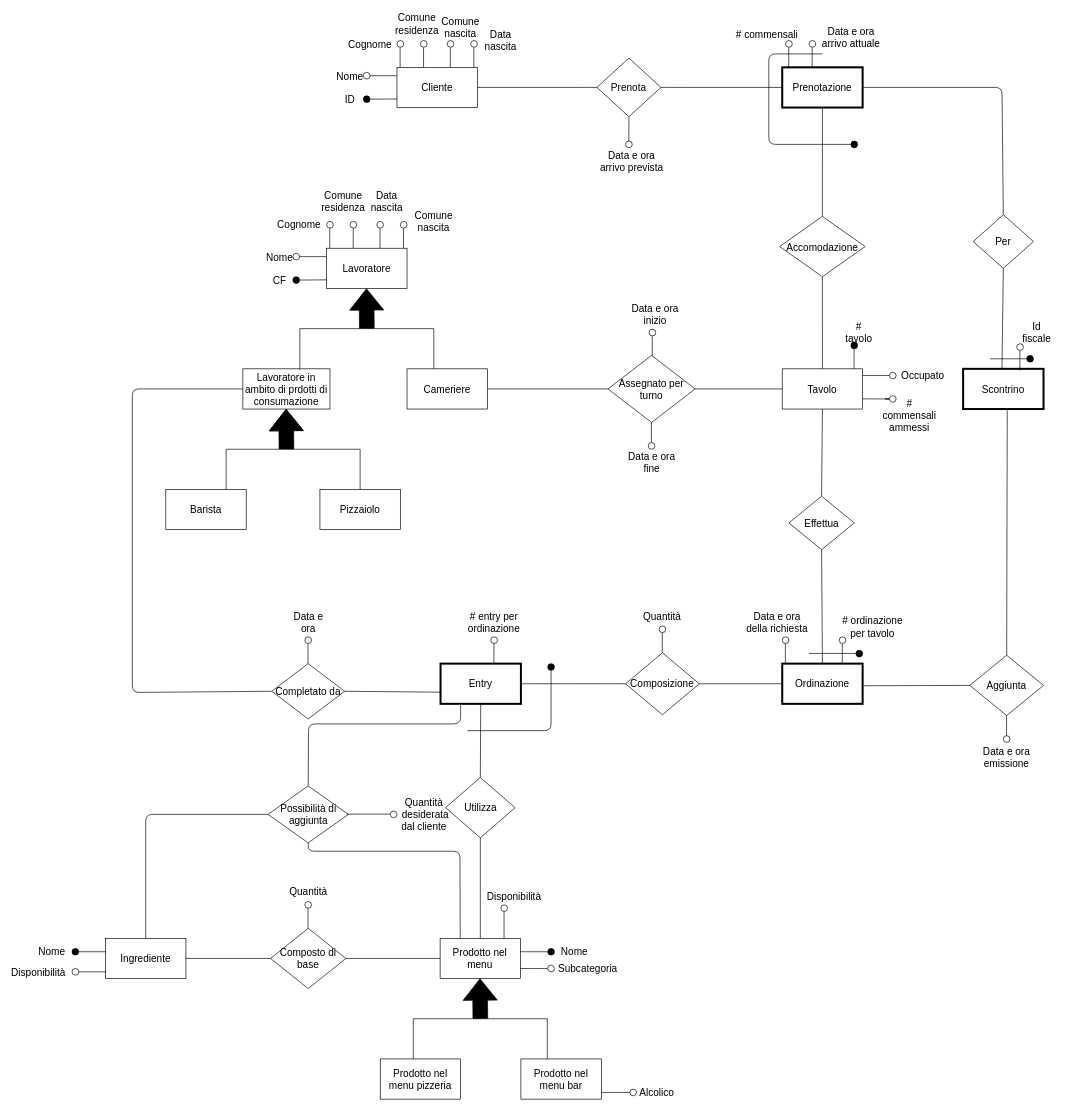
Earlier version of the draw.io diagram pizzeria.drawio (StefanoBelli/pizzeria). Source tidied: cells renumbered, new cells numbered last; positions are measured from the earlier drawing's top-left corner, leaving out a move shared by most shapes. Both pictures are drawn from the tidied source at 67%, with x=0, y=0 at pixel (25, 17).
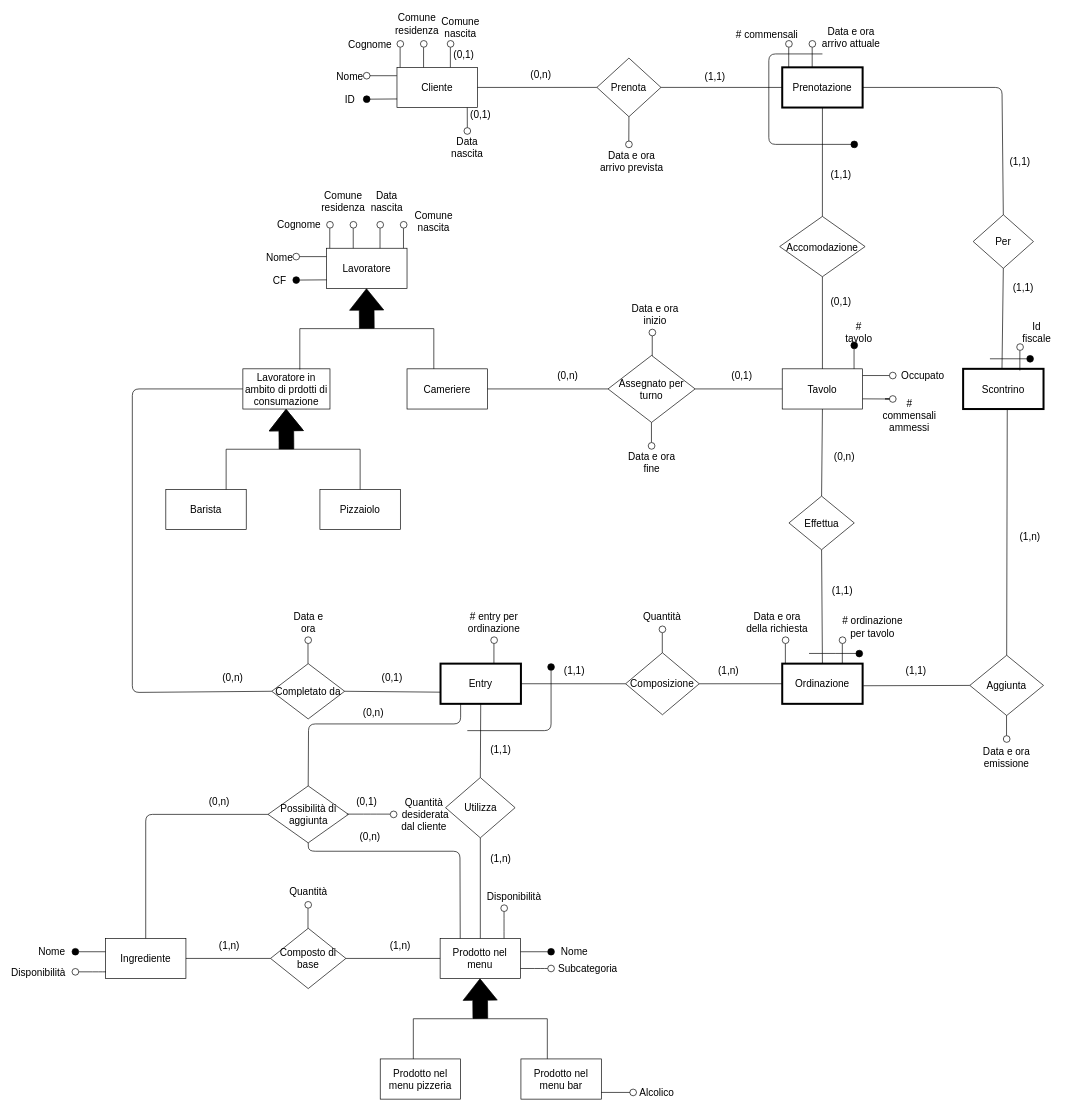
The same page after the edit.

Commit message:
Update pizzeria.drawio (higher details: cardinalities)

The edit, as a diff of the source:
```diff
@@
     <mxCell id="72" style="endArrow=none;html=1;fillColor=#000000;fontSize=15;" parent="1" edge="1">
       <mxGeometry relative="1" as="geometry">
-        <mxPoint x="669.7" y="75" as="sourcePoint" />
-        <mxPoint x="669.7" y="45" as="targetPoint" />
+        <mxPoint x="659.9" y="135" as="sourcePoint" />
+        <mxPoint x="660" y="165" as="targetPoint" />
       </mxGeometry>
     </mxCell>
     <mxCell id="73" style="ellipse;whiteSpace=wrap;html=1;fontSize=15;" parent="1" vertex="1">
-      <mxGeometry x="665" y="35" width="10" height="10" as="geometry" />
+      <mxGeometry x="655" y="165" width="10" height="10" as="geometry" />
     </mxCell>
     <mxCell id="74" value="Data nascita" style="text;html=1;strokeColor=none;fillColor=none;align=center;verticalAlign=middle;whiteSpace=wrap;rounded=0;fontSize=15;" parent="1" vertex="1">
-      <mxGeometry x="690" y="25" width="40" height="20" as="geometry" />
+      <mxGeometry x="640" y="185" width="40" height="20" as="geometry" />
     </mxCell>
@@
+    <mxCell id="181" value="(0,n)" style="text;html=1;strokeColor=none;fillColor=none;align=center;verticalAlign=middle;whiteSpace=wrap;rounded=0;fontSize=15;" parent="1" vertex="1">
+      <mxGeometry x="750" y="75" width="40" height="20" as="geometry" />
+    </mxCell>
+    <mxCell id="182" value="(1,1)" style="text;html=1;strokeColor=none;fillColor=none;align=center;verticalAlign=middle;whiteSpace=wrap;rounded=0;fontSize=15;" parent="1" vertex="1">
+      <mxGeometry x="1010" y="77.5" width="40" height="20" as="geometry" />
+    </mxCell>
+    <mxCell id="183" value="(1,1)" style="text;html=1;strokeColor=none;fillColor=none;align=center;verticalAlign=middle;whiteSpace=wrap;rounded=0;fontSize=15;" parent="1" vertex="1">
+      <mxGeometry x="1197.5" y="225" width="40" height="20" as="geometry" />
+    </mxCell>
+    <mxCell id="184" value="(0,1)" style="text;html=1;strokeColor=none;fillColor=none;align=center;verticalAlign=middle;whiteSpace=wrap;rounded=0;fontSize=15;" parent="1" vertex="1">
+      <mxGeometry x="1197.5" y="414.2" width="40" height="20" as="geometry" />
+    </mxCell>
+    <mxCell id="185" value="(0,1)" style="text;html=1;strokeColor=none;fillColor=none;align=center;verticalAlign=middle;whiteSpace=wrap;rounded=0;fontSize=15;" parent="1" vertex="1">
+      <mxGeometry x="1050" y="525" width="40" height="20" as="geometry" />
+    </mxCell>
+    <mxCell id="186" value="(1,1)" style="text;html=1;strokeColor=none;fillColor=none;align=center;verticalAlign=middle;whiteSpace=wrap;rounded=0;fontSize=15;" parent="1" vertex="1">
+      <mxGeometry x="1465" y="205" width="40" height="20" as="geometry" />
+    </mxCell>
+    <mxCell id="187" value="(1,1)" style="text;html=1;strokeColor=none;fillColor=none;align=center;verticalAlign=middle;whiteSpace=wrap;rounded=0;fontSize=15;" parent="1" vertex="1">
+      <mxGeometry x="1470" y="394.2" width="40" height="20" as="geometry" />
+    </mxCell>
+    <mxCell id="188" value="(1,1)" style="text;html=1;strokeColor=none;fillColor=none;align=center;verticalAlign=middle;whiteSpace=wrap;rounded=0;fontSize=15;" parent="1" vertex="1">
+      <mxGeometry x="1310" y="965" width="40" height="20" as="geometry" />
+    </mxCell>
+    <mxCell id="189" value="(1,1)" style="text;html=1;strokeColor=none;fillColor=none;align=center;verticalAlign=middle;whiteSpace=wrap;rounded=0;fontSize=15;" parent="1" vertex="1">
+      <mxGeometry x="1200" y="845" width="40" height="20" as="geometry" />
+    </mxCell>
+    <mxCell id="190" value="(1,1)" style="text;html=1;strokeColor=none;fillColor=none;align=center;verticalAlign=middle;whiteSpace=wrap;rounded=0;fontSize=15;" parent="1" vertex="1">
+      <mxGeometry x="800" y="965" width="40" height="20" as="geometry" />
+    </mxCell>
+    <mxCell id="191" value="(1,1)" style="text;html=1;strokeColor=none;fillColor=none;align=center;verticalAlign=middle;whiteSpace=wrap;rounded=0;fontSize=15;" parent="1" vertex="1">
+      <mxGeometry x="690" y="1082.5" width="40" height="20" as="geometry" />
+    </mxCell>
+    <mxCell id="192" value="(1,n)" style="text;html=1;strokeColor=none;fillColor=none;align=center;verticalAlign=middle;whiteSpace=wrap;rounded=0;fontSize=15;" parent="1" vertex="1">
+      <mxGeometry x="1480" y="765" width="40" height="20" as="geometry" />
+    </mxCell>
+    <mxCell id="193" value="(0,n)" style="text;html=1;strokeColor=none;fillColor=none;align=center;verticalAlign=middle;whiteSpace=wrap;rounded=0;fontSize=15;" parent="1" vertex="1">
+      <mxGeometry x="1202.5" y="645" width="40" height="20" as="geometry" />
+    </mxCell>
+    <mxCell id="194" value="(1,n)" style="text;html=1;strokeColor=none;fillColor=none;align=center;verticalAlign=middle;whiteSpace=wrap;rounded=0;fontSize=15;" parent="1" vertex="1">
+      <mxGeometry x="1030" y="965" width="40" height="20" as="geometry" />
+    </mxCell>
+    <mxCell id="195" value="(0,n)" style="text;html=1;strokeColor=none;fillColor=none;align=center;verticalAlign=middle;whiteSpace=wrap;rounded=0;fontSize=15;" parent="1" vertex="1">
+      <mxGeometry x="790" y="525" width="40" height="20" as="geometry" />
+    </mxCell>
+    <mxCell id="196" value="(1,n)" style="text;html=1;strokeColor=none;fillColor=none;align=center;verticalAlign=middle;whiteSpace=wrap;rounded=0;fontSize=15;" parent="1" vertex="1">
+      <mxGeometry x="690" y="1245" width="40" height="20" as="geometry" />
+    </mxCell>
+    <mxCell id="197" value="(1,n)" style="text;html=1;strokeColor=none;fillColor=none;align=center;verticalAlign=middle;whiteSpace=wrap;rounded=0;fontSize=15;" parent="1" vertex="1">
+      <mxGeometry x="540" y="1375" width="40" height="20" as="geometry" />
+    </mxCell>
+    <mxCell id="198" value="(1,n)" style="text;html=1;strokeColor=none;fillColor=none;align=center;verticalAlign=middle;whiteSpace=wrap;rounded=0;fontSize=15;" parent="1" vertex="1">
+      <mxGeometry x="285" y="1375" width="40" height="20" as="geometry" />
+    </mxCell>
+    <mxCell id="199" value="(0,n)" style="text;html=1;strokeColor=none;fillColor=none;align=center;verticalAlign=middle;whiteSpace=wrap;rounded=0;fontSize=15;" parent="1" vertex="1">
+      <mxGeometry x="270" y="1160" width="40" height="20" as="geometry" />
+    </mxCell>
+    <mxCell id="200" value="(0,n)" style="text;html=1;strokeColor=none;fillColor=none;align=center;verticalAlign=middle;whiteSpace=wrap;rounded=0;fontSize=15;" parent="1" vertex="1">
+      <mxGeometry x="500" y="1027.5" width="40" height="20" as="geometry" />
+    </mxCell>
+    <mxCell id="201" value="(0,n)" style="text;html=1;strokeColor=none;fillColor=none;align=center;verticalAlign=middle;whiteSpace=wrap;rounded=0;fontSize=15;" parent="1" vertex="1">
+      <mxGeometry x="495" y="1212.5" width="40" height="20" as="geometry" />
+    </mxCell>
+    <mxCell id="202" value="(0,1)" style="text;html=1;strokeColor=none;fillColor=none;align=center;verticalAlign=middle;whiteSpace=wrap;rounded=0;fontSize=15;" parent="1" vertex="1">
+      <mxGeometry x="527.5" y="975" width="40" height="20" as="geometry" />
+    </mxCell>
+    <mxCell id="203" value="(0,n)" style="text;html=1;strokeColor=none;fillColor=none;align=center;verticalAlign=middle;whiteSpace=wrap;rounded=0;fontSize=15;" parent="1" vertex="1">
+      <mxGeometry x="290" y="975" width="40" height="20" as="geometry" />
+    </mxCell>
+    <mxCell id="204" value="(0,1)" style="text;html=1;strokeColor=none;fillColor=none;align=center;verticalAlign=middle;whiteSpace=wrap;rounded=0;fontSize=15;" parent="1" vertex="1">
+      <mxGeometry x="635" y="45" width="40" height="20" as="geometry" />
+    </mxCell>
+    <mxCell id="205" value="(0,1)" style="text;html=1;strokeColor=none;fillColor=none;align=center;verticalAlign=middle;whiteSpace=wrap;rounded=0;fontSize=15;" parent="1" vertex="1">
+      <mxGeometry x="660" y="135" width="40" height="20" as="geometry" />
+    </mxCell>
+    <mxCell id="206" value="(0,1)" style="text;html=1;strokeColor=none;fillColor=none;align=center;verticalAlign=middle;whiteSpace=wrap;rounded=0;fontSize=15;" parent="1" vertex="1">
+      <mxGeometry x="490" y="1160" width="40" height="20" as="geometry" />
+    </mxCell>
```
